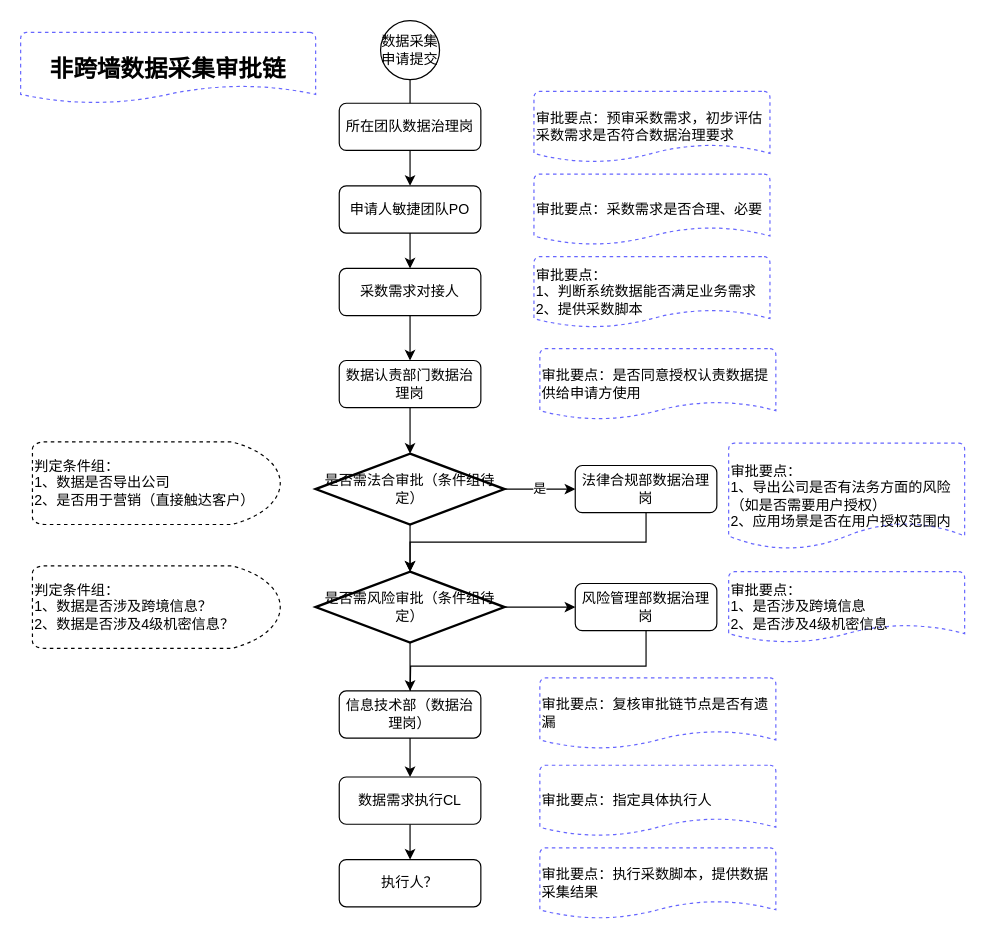
Before: 数据授权.drawio in sidonghua/wuziqi, a draw.io diagram. Source tidied: cells renumbered, new cells numbered last; positions are measured from the earlier drawing's top-left corner, leaving out a move shared by most shapes. Both pictures are drawn from the tidied source at 118%, with x=0, y=0 at pixel (20, 20).
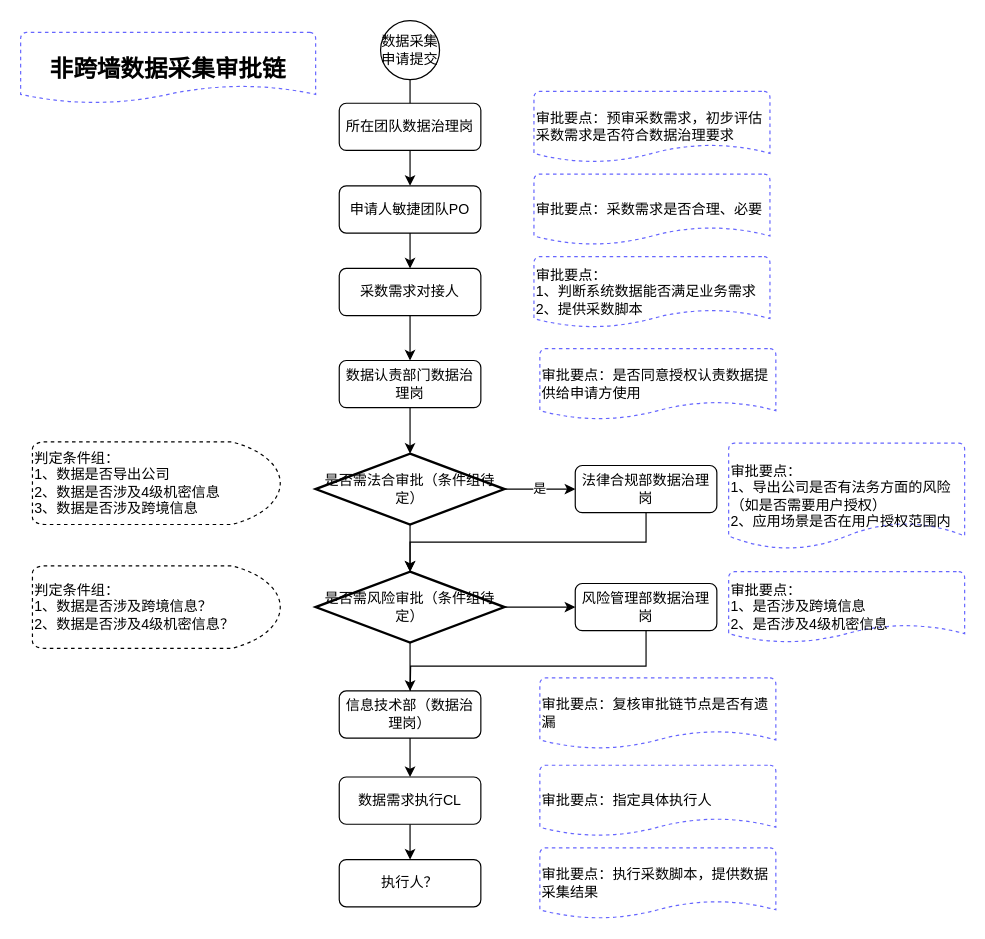
The same diagram, later.

What changed in the source:
```diff
@@
-    <mxCell id="28" value="判定条件组：&lt;br&gt;1、数据是否导出公司&lt;br&gt;2、是否用于营销（直接触达客户）" style="strokeWidth=1;html=1;shape=mxgraph.flowchart.delay;whiteSpace=wrap;dashed=1;align=left;" parent="1" vertex="1">
+    <mxCell id="28" value="判定条件组：&lt;br&gt;1、数据是否导出公司&lt;br&gt;2、数据是否涉及4级机密信息&lt;br&gt;3、数据是否涉及跨境信息" style="strokeWidth=1;html=1;shape=mxgraph.flowchart.delay;whiteSpace=wrap;dashed=1;align=left;" parent="1" vertex="1">
       <mxGeometry x="10" y="357" width="210" height="70" as="geometry" />
     </mxCell>
```
